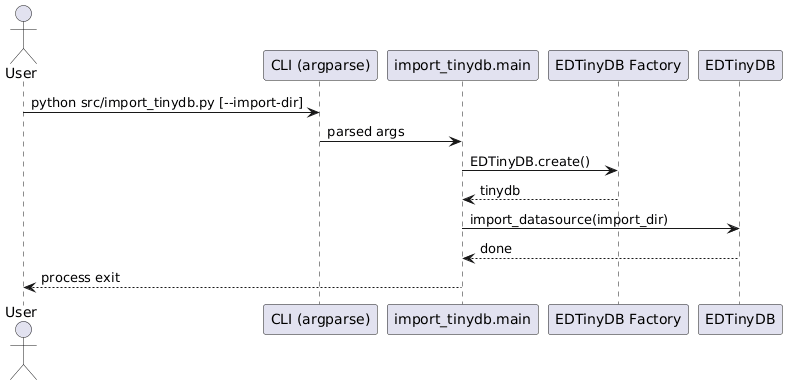
fazleskhan/elite_dangerous_discord_tools keeps this PlantUML diagram as docs/datastore_transfer_sequences/import_tinydb.png. Above is the earlier version. The source it was exported from:
```plantuml
@startuml
actor User
participant "CLI (argparse)" as CLI
participant "import_tinydb.main" as Main
participant "EDTinyDB Factory" as TinyFactory
participant "EDTinyDB" as TinyDB

User -> CLI : python src/import_tinydb.py [--import-dir]
CLI -> Main : parsed args
Main -> TinyFactory : EDTinyDB.create()
TinyFactory --> Main : tinydb
Main -> TinyDB : import_datasource(import_dir)
TinyDB --> Main : done
Main --> User : process exit
@enduml
```
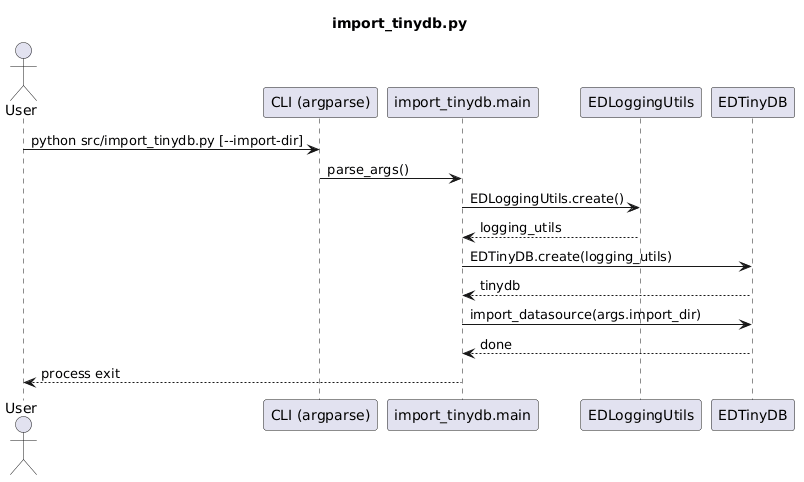
Above is the later version.

The edit, as a diff of the source:
```diff
@@ -1,15 +1,19 @@
 @startuml
+title import_tinydb.py
+
 actor User
 participant "CLI (argparse)" as CLI
 participant "import_tinydb.main" as Main
-participant "EDTinyDB Factory" as TinyFactory
+participant "EDLoggingUtils" as Logging
 participant "EDTinyDB" as TinyDB
 
 User -> CLI : python src/import_tinydb.py [--import-dir]
-CLI -> Main : parsed args
-Main -> TinyFactory : EDTinyDB.create()
-TinyFactory --> Main : tinydb
-Main -> TinyDB : import_datasource(import_dir)
+CLI -> Main : parse_args()
+Main -> Logging : EDLoggingUtils.create()
+Logging --> Main : logging_utils
+Main -> TinyDB : EDTinyDB.create(logging_utils)
+TinyDB --> Main : tinydb
+Main -> TinyDB : import_datasource(args.import_dir)
 TinyDB --> Main : done
 Main --> User : process exit
 @enduml
```
